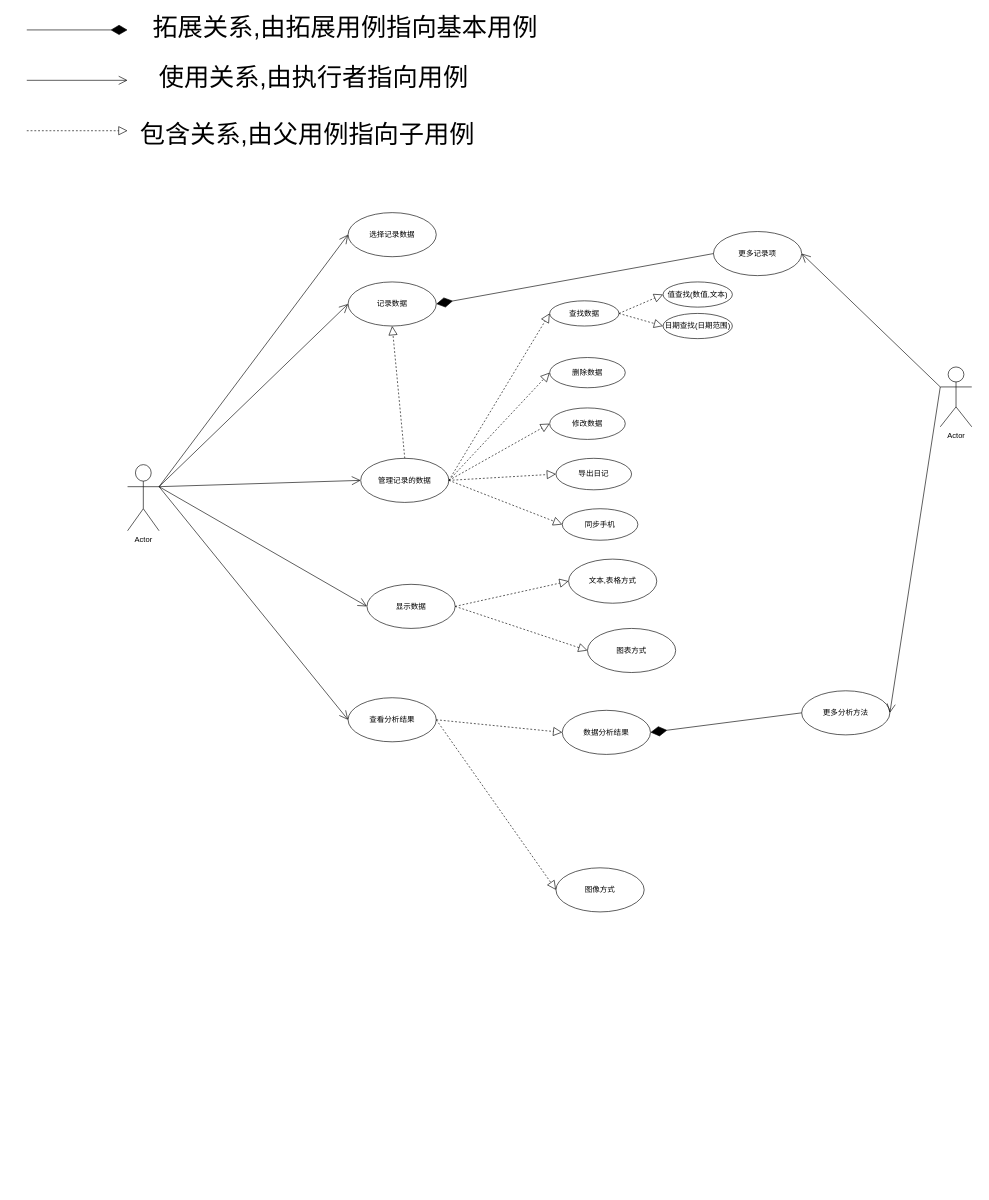
The draw.io diagram 文档/需求分析/用例图.drawio in FireAndWin/SmartDiary, before the edit. Source tidied: cells renumbered, new cells numbered last; positions are measured from the earlier drawing's top-left corner, leaving out a move shared by most shapes. Both pictures are drawn from the tidied source at 63%, with x=0, y=0 at pixel (26, 11).
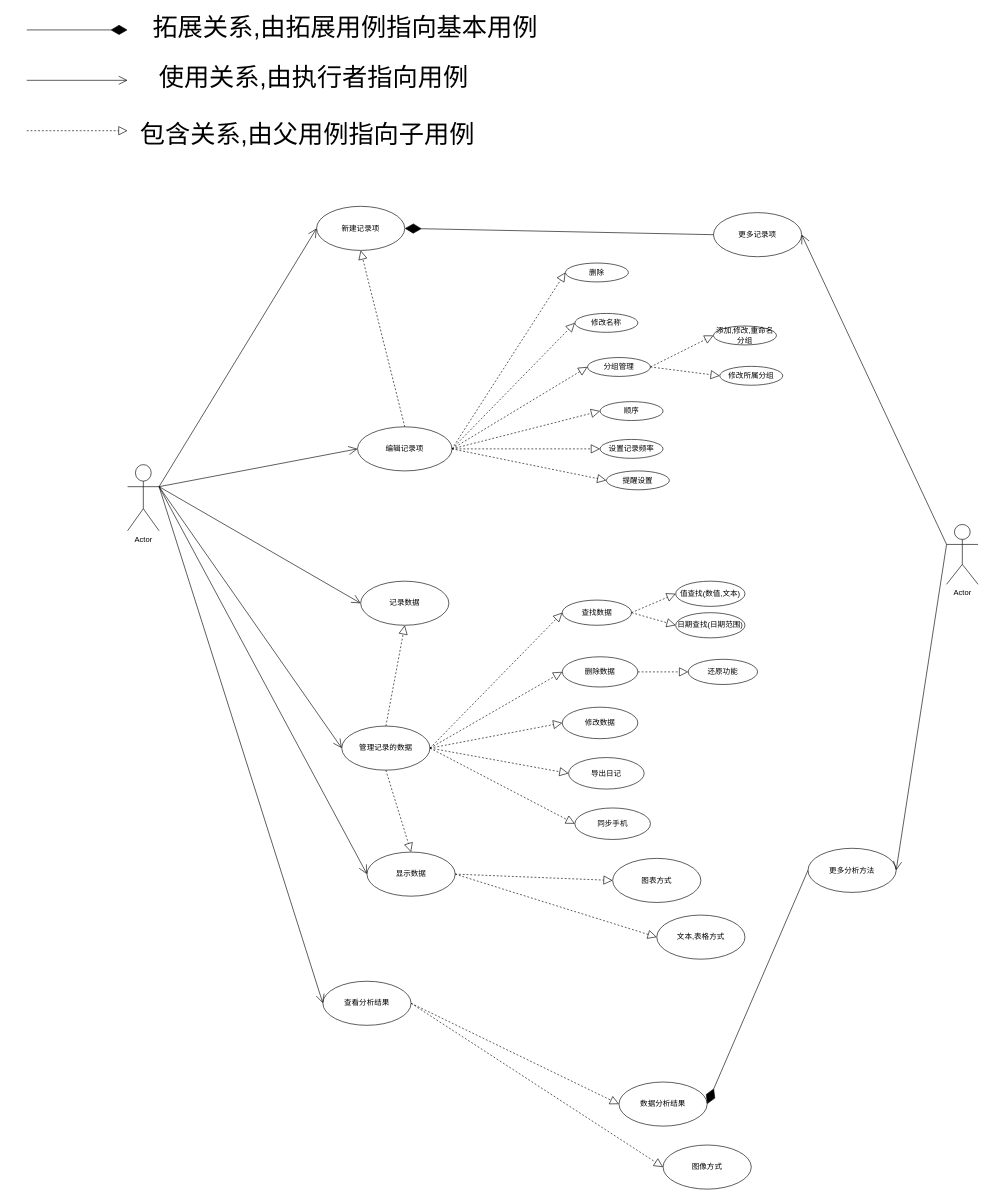
The same diagram, later.

The change refers to these unchanged cells:
```xml
<mxCell id="2" value="Actor" style="shape=umlActor;verticalLabelPosition=bottom;verticalAlign=top;html=1;outlineConnect=0;" parent="1" vertex="1">
  <mxGeometry x="160" y="720" width="50" height="105" as="geometry" />
</mxCell>
```

Diff of the diagram source:
```diff
@@
-    <mxCell id="3" value="选择记录数据" style="ellipse;whiteSpace=wrap;html=1;" parent="1" vertex="1">
-      <mxGeometry x="510" y="320" width="140" height="70" as="geometry" />
+    <mxCell id="3" value="新建记录项" style="ellipse;whiteSpace=wrap;html=1;" parent="1" vertex="1">
+      <mxGeometry x="460" y="310" width="140" height="70" as="geometry" />
     </mxCell>
     <mxCell id="4" value="记录数据" style="ellipse;whiteSpace=wrap;html=1;" parent="1" vertex="1">
-      <mxGeometry x="510" y="430" width="140" height="70" as="geometry" />
+      <mxGeometry x="530" y="905" width="140" height="70" as="geometry" />
     </mxCell>
     <mxCell id="5" value="管理记录的数据" style="ellipse;whiteSpace=wrap;html=1;" parent="1" vertex="1">
-      <mxGeometry x="530" y="710" width="140" height="70" as="geometry" />
+      <mxGeometry x="500" y="1135" width="140" height="70" as="geometry" />
     </mxCell>
     <mxCell id="6" value="显示数据" style="ellipse;whiteSpace=wrap;html=1;" parent="1" vertex="1">
-      <mxGeometry x="540" y="910" width="140" height="70" as="geometry" />
+      <mxGeometry x="540" y="1335" width="140" height="70" as="geometry" />
     </mxCell>
     <mxCell id="7" value="查看分析结果" style="ellipse;whiteSpace=wrap;html=1;" parent="1" vertex="1">
-      <mxGeometry x="510" y="1090" width="140" height="70" as="geometry" />
+      <mxGeometry x="470" y="1540" width="140" height="70" as="geometry" />
     </mxCell>
@@
     <mxCell id="9" value="更多记录项" style="ellipse;whiteSpace=wrap;html=1;" parent="1" vertex="1">
-      <mxGeometry x="1090" y="350" width="140" height="70" as="geometry" />
+      <mxGeometry x="1090" y="320" width="140" height="70" as="geometry" />
     </mxCell>
@@
     <mxCell id="15" value="查找数据" style="ellipse;whiteSpace=wrap;html=1;" parent="1" vertex="1">
-      <mxGeometry x="830" y="460" width="110" height="40" as="geometry" />
+      <mxGeometry x="850" y="935" width="110" height="40" as="geometry" />
     </mxCell>
     <mxCell id="16" value="删除数据" style="ellipse;whiteSpace=wrap;html=1;" parent="1" vertex="1">
-      <mxGeometry x="830" y="550" width="120" height="48" as="geometry" />
+      <mxGeometry x="850" y="1025" width="120" height="48" as="geometry" />
     </mxCell>
     <mxCell id="17" value="修改数据" style="ellipse;whiteSpace=wrap;html=1;" parent="1" vertex="1">
-      <mxGeometry x="830" y="630" width="120" height="50" as="geometry" />
+      <mxGeometry x="850" y="1105" width="120" height="50" as="geometry" />
     </mxCell>
@@
     <mxCell id="21" value="文本,表格方式" style="ellipse;whiteSpace=wrap;html=1;" parent="1" vertex="1">
-      <mxGeometry x="860" y="870" width="140" height="70" as="geometry" />
+      <mxGeometry x="1000" y="1435" width="140" height="70" as="geometry" />
     </mxCell>
     <mxCell id="22" value="图表方式" style="ellipse;whiteSpace=wrap;html=1;" parent="1" vertex="1">
-      <mxGeometry x="890" y="980" width="140" height="70" as="geometry" />
+      <mxGeometry x="930" y="1345" width="140" height="70" as="geometry" />
     </mxCell>
@@
     <mxCell id="25" value="图像方式" style="ellipse;whiteSpace=wrap;html=1;" parent="1" vertex="1">
-      <mxGeometry x="840" y="1360" width="140" height="70" as="geometry" />
+      <mxGeometry x="1010" y="1800" width="140" height="70" as="geometry" />
     </mxCell>
     <mxCell id="26" value="数据分析结果" style="ellipse;whiteSpace=wrap;html=1;" parent="1" vertex="1">
-      <mxGeometry x="850" y="1110" width="140" height="70" as="geometry" />
+      <mxGeometry x="940" y="1700" width="140" height="70" as="geometry" />
     </mxCell>
@@
     <mxCell id="29" value="更多分析方法" style="ellipse;whiteSpace=wrap;html=1;" parent="1" vertex="1">
-      <mxGeometry x="1230" y="1079" width="140" height="70" as="geometry" />
+      <mxGeometry x="1240" y="1329" width="140" height="70" as="geometry" />
     </mxCell>
     <mxCell id="30" value="Actor" style="shape=umlActor;verticalLabelPosition=bottom;verticalAlign=top;html=1;" parent="1" vertex="1">
-      <mxGeometry x="1450" y="565" width="50" height="95" as="geometry" />
+      <mxGeometry x="1460" y="815" width="50" height="95" as="geometry" />
     </mxCell>
@@
     <mxCell id="33" value="导出日记" style="ellipse;whiteSpace=wrap;html=1;" parent="1" vertex="1">
-      <mxGeometry x="840" y="710" width="120" height="50" as="geometry" />
+      <mxGeometry x="860" y="1185" width="120" height="50" as="geometry" />
     </mxCell>
     <mxCell id="34" value="同步手机" style="ellipse;whiteSpace=wrap;html=1;" parent="1" vertex="1">
-      <mxGeometry x="850" y="790" width="120" height="50" as="geometry" />
+      <mxGeometry x="870" y="1265" width="120" height="50" as="geometry" />
     </mxCell>
@@
-    <mxCell id="37" style="endArrow=diamondThin;endFill=1;endSize=24;html=1;entryX=1;entryY=0.5;entryDx=0;entryDy=0;exitX=0;exitY=0.5;exitDx=0;exitDy=0;" parent="1" edge="1" source="9" target="4">
+    <mxCell id="37" style="endArrow=diamondThin;endFill=1;endSize=24;html=1;entryX=1;entryY=0.5;entryDx=0;entryDy=0;exitX=0;exitY=0.5;exitDx=0;exitDy=0;" parent="1" edge="1" source="9" target="3">
       <mxGeometry relative="1" as="geometry" />
     </mxCell>
@@
     <mxCell id="45" value="值查找(数值,文本)" style="ellipse;whiteSpace=wrap;html=1;" parent="1" vertex="1">
-      <mxGeometry x="1010" y="430" width="110" height="40" as="geometry" />
+      <mxGeometry x="1030" y="905" width="110" height="40" as="geometry" />
     </mxCell>
     <mxCell id="46" value="日期查找(日期范围)" style="ellipse;whiteSpace=wrap;html=1;" parent="1" vertex="1">
-      <mxGeometry x="1010" y="480" width="110" height="40" as="geometry" />
+      <mxGeometry x="1030" y="955" width="110" height="40" as="geometry" />
     </mxCell>
@@
+    <mxCell id="49" value="编辑记录项" style="ellipse;whiteSpace=wrap;html=1;" parent="1" vertex="1">
+      <mxGeometry x="525" y="660" width="150" height="70" as="geometry" />
+    </mxCell>
+    <mxCell id="50" value="修改名称" style="ellipse;whiteSpace=wrap;html=1;" parent="1" vertex="1">
+      <mxGeometry x="870" y="480" width="100" height="30" as="geometry" />
+    </mxCell>
+    <mxCell id="51" value="分组管理" style="ellipse;whiteSpace=wrap;html=1;" parent="1" vertex="1">
+      <mxGeometry x="890" y="550" width="100" height="30" as="geometry" />
+    </mxCell>
+    <mxCell id="52" style="endArrow=block;dashed=1;endFill=0;endSize=12;html=1;entryX=0;entryY=0.5;entryDx=0;entryDy=0;exitX=1;exitY=0.5;exitDx=0;exitDy=0;" parent="1" edge="1" source="49" target="50">
+      <mxGeometry relative="1" as="geometry" />
+    </mxCell>
+    <mxCell id="53" style="endArrow=block;dashed=1;endFill=0;endSize=12;html=1;entryX=0;entryY=0.5;entryDx=0;entryDy=0;exitX=1;exitY=0.5;exitDx=0;exitDy=0;" parent="1" edge="1" source="49" target="51">
+      <mxGeometry relative="1" as="geometry" />
+    </mxCell>
+    <mxCell id="54" value="添加,修改,重命名分组" style="ellipse;whiteSpace=wrap;html=1;" parent="1" vertex="1">
+      <mxGeometry x="1090" y="500" width="100" height="30" as="geometry" />
+    </mxCell>
+    <mxCell id="55" value="修改所属分组" style="ellipse;whiteSpace=wrap;html=1;" parent="1" vertex="1">
+      <mxGeometry x="1100" y="564" width="100" height="30" as="geometry" />
+    </mxCell>
+    <mxCell id="56" style="endArrow=block;dashed=1;endFill=0;endSize=12;html=1;entryX=0;entryY=0.5;entryDx=0;entryDy=0;exitX=1;exitY=0.5;exitDx=0;exitDy=0;" parent="1" edge="1" source="51" target="54">
+      <mxGeometry relative="1" as="geometry" />
+    </mxCell>
+    <mxCell id="57" style="endArrow=block;dashed=1;endFill=0;endSize=12;html=1;entryX=0;entryY=0.5;entryDx=0;entryDy=0;exitX=1;exitY=0.5;exitDx=0;exitDy=0;" parent="1" edge="1" source="51" target="55">
+      <mxGeometry relative="1" as="geometry" />
+    </mxCell>
+    <mxCell id="58" value="还原功能" style="ellipse;whiteSpace=wrap;html=1;" parent="1" vertex="1">
+      <mxGeometry x="1050" y="1029" width="110" height="40" as="geometry" />
+    </mxCell>
+    <mxCell id="59" style="endArrow=block;dashed=1;endFill=0;endSize=12;html=1;entryX=0;entryY=0.5;entryDx=0;entryDy=0;exitX=1;exitY=0.5;exitDx=0;exitDy=0;" parent="1" edge="1" source="16" target="58">
+      <mxGeometry relative="1" as="geometry" />
+    </mxCell>
+    <mxCell id="60" value="顺序" style="ellipse;whiteSpace=wrap;html=1;" parent="1" vertex="1">
+      <mxGeometry x="910" y="620" width="100" height="30" as="geometry" />
+    </mxCell>
+    <mxCell id="61" value="设置记录频率" style="ellipse;whiteSpace=wrap;html=1;" parent="1" vertex="1">
+      <mxGeometry x="910" y="680" width="100" height="30" as="geometry" />
+    </mxCell>
+    <mxCell id="62" style="endArrow=block;dashed=1;endFill=0;endSize=12;html=1;entryX=0;entryY=0.5;entryDx=0;entryDy=0;exitX=1;exitY=0.5;exitDx=0;exitDy=0;" parent="1" edge="1" source="49" target="60">
+      <mxGeometry relative="1" as="geometry" />
+    </mxCell>
+    <mxCell id="63" style="endArrow=block;dashed=1;endFill=0;endSize=12;html=1;entryX=0;entryY=0.5;entryDx=0;entryDy=0;exitX=1;exitY=0.5;exitDx=0;exitDy=0;" parent="1" edge="1" source="49" target="61">
+      <mxGeometry relative="1" as="geometry" />
+    </mxCell>
+    <mxCell id="64" value="提醒设置" style="ellipse;whiteSpace=wrap;html=1;" parent="1" vertex="1">
+      <mxGeometry x="920" y="730" width="100" height="30" as="geometry" />
+    </mxCell>
+    <mxCell id="65" style="endArrow=block;dashed=1;endFill=0;endSize=12;html=1;entryX=0;entryY=0.5;entryDx=0;entryDy=0;exitX=1;exitY=0.5;exitDx=0;exitDy=0;" parent="1" edge="1" source="49" target="64">
+      <mxGeometry relative="1" as="geometry" />
+    </mxCell>
+    <mxCell id="66" style="edgeStyle=orthogonalEdgeStyle;rounded=0;orthogonalLoop=1;jettySize=auto;html=1;exitX=0.5;exitY=1;exitDx=0;exitDy=0;" parent="1" edge="1" source="64" target="64">
+      <mxGeometry relative="1" as="geometry" />
+    </mxCell>
+    <mxCell id="67" style="endArrow=block;dashed=1;endFill=0;endSize=12;html=1;exitX=0.5;exitY=1;exitDx=0;exitDy=0;entryX=0.5;entryY=0;entryDx=0;entryDy=0;" parent="1" edge="1" source="5" target="6">
+      <mxGeometry relative="1" as="geometry" />
+    </mxCell>
+    <mxCell id="68" style="endArrow=open;endFill=1;endSize=12;html=1;exitX=1;exitY=0.3333333333333333;exitDx=0;exitDy=0;exitPerimeter=0;entryX=0;entryY=0.5;entryDx=0;entryDy=0;" parent="1" edge="1" source="2" target="49">
+      <mxGeometry relative="1" as="geometry" />
+    </mxCell>
+    <mxCell id="69" style="endArrow=block;dashed=1;endFill=0;endSize=12;html=1;entryX=0.5;entryY=1;entryDx=0;entryDy=0;exitX=0.5;exitY=0;exitDx=0;exitDy=0;" parent="1" edge="1" source="49" target="3">
+      <mxGeometry relative="1" as="geometry" />
+    </mxCell>
+    <mxCell id="70" value="删除" style="ellipse;whiteSpace=wrap;html=1;" parent="1" vertex="1">
+      <mxGeometry x="855" y="400" width="100" height="30" as="geometry" />
+    </mxCell>
+    <mxCell id="71" style="endArrow=block;dashed=1;endFill=0;endSize=12;html=1;entryX=0;entryY=0.5;entryDx=0;entryDy=0;exitX=1;exitY=0.5;exitDx=0;exitDy=0;" parent="1" edge="1" source="49" target="70">
+      <mxGeometry relative="1" as="geometry" />
+    </mxCell>
```
